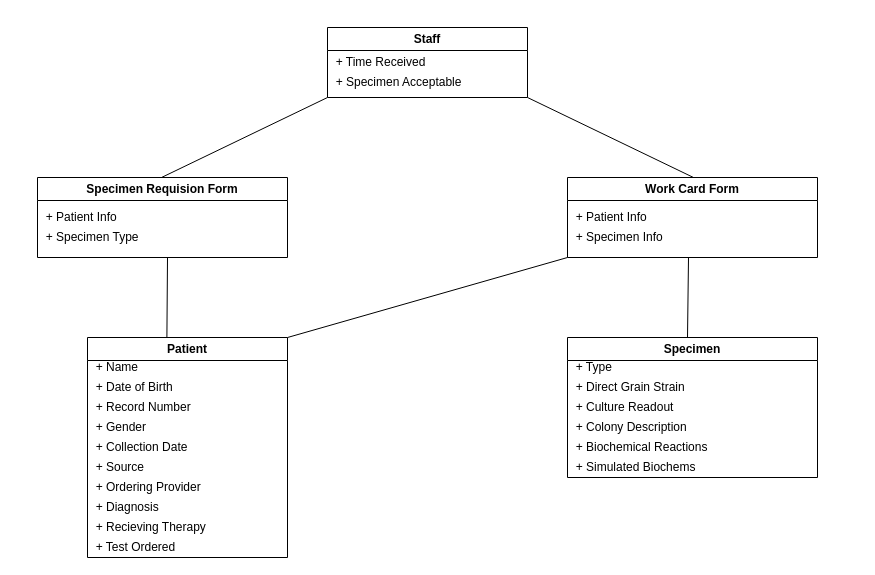
bregeabe/NMU-antibiotics-2024 keeps this draw.io diagram as assets/EntityRelations.drawio. Above is the earlier version. Source tidied: cells renumbered, new cells numbered last; positions are measured from the earlier drawing's top-left corner, leaving out a move shared by most shapes. Both pictures are drawn from the tidied source at 100%, with x=0, y=0 at pixel (37, 27).
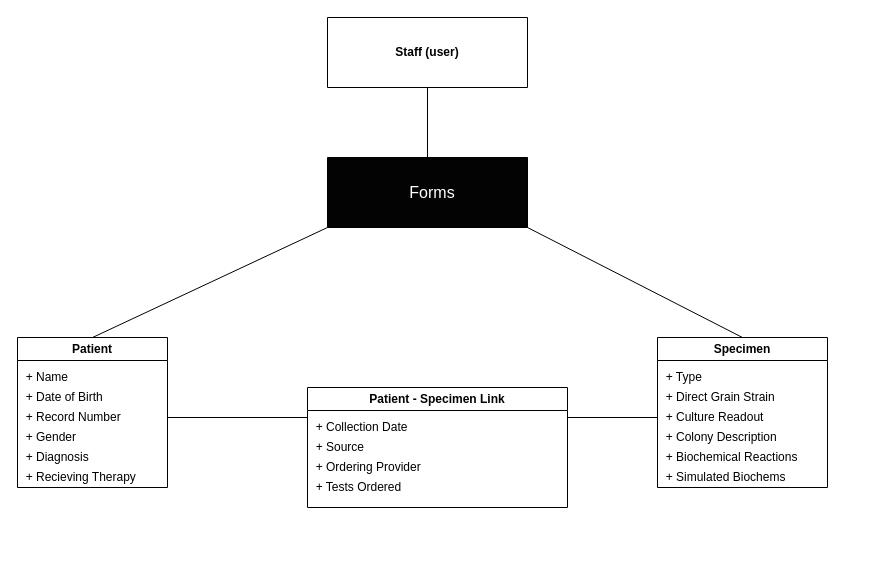
After the change.

Commit message (it also covers changes not shown here):
Changed the Entity Relations.

The edit, as a diff of the source:
```diff
@@
     <mxCell id="2" value="Patient" style="swimlane;whiteSpace=wrap;html=1;" parent="1" vertex="1">
-      <mxGeometry x="50" y="310" width="200" height="220" as="geometry" />
+      <mxGeometry x="-20" y="310" width="150" height="150" as="geometry" />
     </mxCell>
     <mxCell id="3" value="&amp;nbsp; + Name" style="text;html=1;align=left;verticalAlign=middle;whiteSpace=wrap;rounded=0;" parent="2" vertex="1">
-      <mxGeometry y="20" width="200" height="20" as="geometry" />
+      <mxGeometry y="30" width="200" height="20" as="geometry" />
     </mxCell>
     <mxCell id="4" value="&amp;nbsp; + Date of Birth" style="text;html=1;align=left;verticalAlign=middle;whiteSpace=wrap;rounded=0;" parent="2" vertex="1">
-      <mxGeometry y="40" width="200" height="20" as="geometry" />
+      <mxGeometry y="50" width="200" height="20" as="geometry" />
     </mxCell>
     <mxCell id="5" value="&amp;nbsp; + Record Number" style="text;html=1;align=left;verticalAlign=middle;whiteSpace=wrap;rounded=0;" parent="2" vertex="1">
-      <mxGeometry y="60" width="200" height="20" as="geometry" />
+      <mxGeometry y="70" width="200" height="20" as="geometry" />
     </mxCell>
     <mxCell id="6" value="&amp;nbsp; + Gender" style="text;html=1;align=left;verticalAlign=middle;whiteSpace=wrap;rounded=0;" parent="2" vertex="1">
-      <mxGeometry y="80" width="200" height="20" as="geometry" />
+      <mxGeometry y="90" width="200" height="20" as="geometry" />
     </mxCell>
-    <mxCell id="7" value="&amp;nbsp; + Collection Date" style="text;html=1;align=left;verticalAlign=middle;whiteSpace=wrap;rounded=0;" parent="2" vertex="1">
-      <mxGeometry y="100" width="200" height="20" as="geometry" />
-    </mxCell>
-    <mxCell id="8" value="&amp;nbsp; + Source" style="text;html=1;align=left;verticalAlign=middle;whiteSpace=wrap;rounded=0;" parent="2" vertex="1">
-      <mxGeometry y="120" width="200" height="20" as="geometry" />
-    </mxCell>
-    <mxCell id="9" value="&amp;nbsp; + Ordering Provider" style="text;html=1;align=left;verticalAlign=middle;whiteSpace=wrap;rounded=0;" parent="2" vertex="1">
-      <mxGeometry y="140" width="200" height="20" as="geometry" />
-    </mxCell>
     <mxCell id="10" value="&amp;nbsp; + Diagnosis" style="text;html=1;align=left;verticalAlign=middle;whiteSpace=wrap;rounded=0;" parent="2" vertex="1">
-      <mxGeometry y="160" width="200" height="20" as="geometry" />
+      <mxGeometry y="110" width="200" height="20" as="geometry" />
     </mxCell>
-    <mxCell id="11" value="&amp;nbsp; + Test Ordered" style="text;html=1;align=left;verticalAlign=middle;whiteSpace=wrap;rounded=0;" parent="2" vertex="1">
-      <mxGeometry y="200" width="200" height="20" as="geometry" />
-    </mxCell>
     <mxCell id="12" value="&amp;nbsp; + Recieving Therapy" style="text;html=1;align=left;verticalAlign=middle;whiteSpace=wrap;rounded=0;" parent="2" vertex="1">
-      <mxGeometry y="180" width="200" height="20" as="geometry" />
+      <mxGeometry y="130" width="200" height="20" as="geometry" />
     </mxCell>
-    <mxCell id="13" value="Staff" style="swimlane;whiteSpace=wrap;html=1;" parent="1" vertex="1">
-      <mxGeometry x="290" width="200" height="70" as="geometry" />
+    <mxCell id="13" value="Staff (user)" style="swimlane;whiteSpace=wrap;html=1;startSize=70;" parent="1" vertex="1">
+      <mxGeometry x="290" y="-10" width="200" height="70" as="geometry" />
     </mxCell>
-    <mxCell id="14" value="&amp;nbsp; + Time Received" style="text;html=1;align=left;verticalAlign=middle;whiteSpace=wrap;rounded=0;" parent="13" vertex="1">
-      <mxGeometry y="25" width="200" height="20" as="geometry" />
-    </mxCell>
-    <mxCell id="15" value="&amp;nbsp; + Specimen Acceptable" style="text;html=1;align=left;verticalAlign=middle;whiteSpace=wrap;rounded=0;" parent="13" vertex="1">
-      <mxGeometry y="45" width="200" height="20" as="geometry" />
-    </mxCell>
-    <mxCell id="16" value="Specimen Requision Form" style="swimlane;whiteSpace=wrap;html=1;" parent="1" vertex="1">
-      <mxGeometry y="150" width="250" height="80" as="geometry" />
-    </mxCell>
-    <mxCell id="17" value="&amp;nbsp; + Patient Info" style="text;html=1;align=left;verticalAlign=middle;whiteSpace=wrap;rounded=0;" parent="16" vertex="1">
-      <mxGeometry y="30" width="200" height="20" as="geometry" />
-    </mxCell>
-    <mxCell id="18" value="&amp;nbsp; + Specimen Type" style="text;html=1;align=left;verticalAlign=middle;whiteSpace=wrap;rounded=0;" parent="16" vertex="1">
-      <mxGeometry y="50" width="200" height="20" as="geometry" />
-    </mxCell>
     <mxCell id="19" value="Specimen" style="swimlane;whiteSpace=wrap;html=1;" parent="1" vertex="1">
-      <mxGeometry x="530" y="310" width="250" height="140" as="geometry" />
+      <mxGeometry x="620" y="310" width="170" height="150" as="geometry" />
     </mxCell>
     <mxCell id="20" value="&amp;nbsp; + Type" style="text;html=1;align=left;verticalAlign=middle;whiteSpace=wrap;rounded=0;" parent="19" vertex="1">
-      <mxGeometry y="20" width="200" height="20" as="geometry" />
+      <mxGeometry y="30" width="200" height="20" as="geometry" />
     </mxCell>
     <mxCell id="21" value="&amp;nbsp; + Direct Grain Strain" style="text;html=1;align=left;verticalAlign=middle;whiteSpace=wrap;rounded=0;" parent="19" vertex="1">
-      <mxGeometry y="40" width="200" height="20" as="geometry" />
+      <mxGeometry y="50" width="200" height="20" as="geometry" />
     </mxCell>
     <mxCell id="22" value="&amp;nbsp; + Culture Readout" style="text;html=1;align=left;verticalAlign=middle;whiteSpace=wrap;rounded=0;" parent="19" vertex="1">
-      <mxGeometry y="60" width="200" height="20" as="geometry" />
+      <mxGeometry y="70" width="200" height="20" as="geometry" />
     </mxCell>
     <mxCell id="23" value="&amp;nbsp; + Colony Description" style="text;html=1;align=left;verticalAlign=middle;whiteSpace=wrap;rounded=0;" parent="19" vertex="1">
-      <mxGeometry y="80" width="200" height="20" as="geometry" />
+      <mxGeometry y="90" width="200" height="20" as="geometry" />
     </mxCell>
     <mxCell id="24" value="&amp;nbsp; + Biochemical Reactions" style="text;html=1;align=left;verticalAlign=middle;whiteSpace=wrap;rounded=0;" parent="19" vertex="1">
-      <mxGeometry y="100" width="200" height="20" as="geometry" />
+      <mxGeometry y="110" width="200" height="20" as="geometry" />
     </mxCell>
     <mxCell id="25" value="&amp;nbsp; + Simulated Biochems" style="text;html=1;align=left;verticalAlign=middle;whiteSpace=wrap;rounded=0;" parent="19" vertex="1">
-      <mxGeometry y="120" width="200" height="20" as="geometry" />
+      <mxGeometry y="130" width="200" height="20" as="geometry" />
     </mxCell>
-    <mxCell id="26" value="Work Card Form" style="swimlane;whiteSpace=wrap;html=1;" parent="1" vertex="1">
-      <mxGeometry x="530" y="150" width="250" height="80" as="geometry" />
-    </mxCell>
-    <mxCell id="27" value="&amp;nbsp; + Patient Info" style="text;html=1;align=left;verticalAlign=middle;whiteSpace=wrap;rounded=0;" parent="26" vertex="1">
-      <mxGeometry y="30" width="200" height="20" as="geometry" />
-    </mxCell>
-    <mxCell id="28" value="&amp;nbsp; + Specimen Info" style="text;html=1;align=left;verticalAlign=middle;whiteSpace=wrap;rounded=0;" parent="26" vertex="1">
-      <mxGeometry y="50" width="200" height="20" as="geometry" />
-    </mxCell>
+    <mxCell id="34" style="endArrow=none;html=1;rounded=0;exitX=1;exitY=0;exitDx=0;exitDy=0;" parent="19" edge="1" source="7">
+      <mxGeometry relative="1" as="geometry">
+        <mxPoint y="80" as="targetPoint" />
+      </mxGeometry>
+    </mxCell>
-    <mxCell id="29" style="endArrow=none;html=1;rounded=0;exitX=0.496;exitY=0;exitDx=0;exitDy=0;exitPerimeter=0;" parent="1" edge="1" source="16">
-      <mxGeometry relative="1" as="geometry">
-        <mxPoint x="290" y="70" as="targetPoint" />
-      </mxGeometry>
+    <mxCell id="29" style="endArrow=none;html=1;rounded=0;exitX=0.5;exitY=0;exitDx=0;exitDy=0;entryX=0.5;entryY=1;entryDx=0;entryDy=0;" parent="1" edge="1" source="35" target="13">
+      <mxGeometry relative="1" as="geometry" />
     </mxCell>
-    <mxCell id="30" style="endArrow=none;html=1;rounded=0;exitX=0.496;exitY=0;exitDx=0;exitDy=0;exitPerimeter=0;" parent="1" edge="1">
-      <mxGeometry relative="1" as="geometry">
-        <mxPoint x="656" y="150" as="sourcePoint" />
-        <mxPoint x="490" y="70" as="targetPoint" />
-      </mxGeometry>
-    </mxCell>
-    <mxCell id="31" style="endArrow=none;html=1;rounded=0;exitX=0.397;exitY=-0.001;exitDx=0;exitDy=0;exitPerimeter=0;" parent="1" edge="1" source="2">
-      <mxGeometry relative="1" as="geometry">
-        <mxPoint x="130" y="230" as="targetPoint" />
-      </mxGeometry>
-    </mxCell>
-    <mxCell id="32" style="endArrow=none;html=1;rounded=0;exitX=0.397;exitY=-0.001;exitDx=0;exitDy=0;exitPerimeter=0;" parent="1" edge="1">
-      <mxGeometry relative="1" as="geometry">
-        <mxPoint x="650" y="310" as="sourcePoint" />
-        <mxPoint x="651" y="230" as="targetPoint" />
-      </mxGeometry>
-    </mxCell>
-    <mxCell id="33" style="endArrow=none;html=1;rounded=0;exitX=0.496;exitY=0;exitDx=0;exitDy=0;exitPerimeter=0;entryX=1;entryY=0;entryDx=0;entryDy=0;" parent="1" edge="1" target="2">
-      <mxGeometry relative="1" as="geometry">
-        <mxPoint x="530" y="230" as="sourcePoint" />
-      </mxGeometry>
-    </mxCell>
+    <mxCell id="35" style="swimlane;whiteSpace=wrap;html=1;startSize=70;color:black;fillColor=#030303;" parent="1" vertex="1">
+      <mxGeometry x="290" y="130" width="200" height="70" as="geometry" />
+    </mxCell>
+    <mxCell id="36" value="&lt;font style=&quot;font-size: 16px;&quot;&gt;Forms&lt;/font&gt;" style="text;html=1;align=center;verticalAlign=middle;whiteSpace=wrap;rounded=0;strokeColor=none;font-color:white;fontColor=#FFFFFF;" parent="35" vertex="1">
+      <mxGeometry x="75" y="20" width="60" height="30" as="geometry" />
+    </mxCell>
+    <mxCell id="37" style="endArrow=none;html=1;rounded=0;exitX=0.5;exitY=0;exitDx=0;exitDy=0;entryX=0.5;entryY=1;entryDx=0;entryDy=0;" parent="1" edge="1" source="2">
+      <mxGeometry relative="1" as="geometry">
+        <mxPoint x="290" y="200" as="targetPoint" />
+      </mxGeometry>
+    </mxCell>
+    <mxCell id="38" style="endArrow=none;html=1;rounded=0;exitX=0.5;exitY=0;exitDx=0;exitDy=0;entryX=0.5;entryY=1;entryDx=0;entryDy=0;" parent="1" edge="1" source="19">
+      <mxGeometry relative="1" as="geometry">
+        <mxPoint x="490" y="200" as="targetPoint" />
+      </mxGeometry>
+    </mxCell>
+    <mxCell id="39" value="Patient - Specimen Link" style="swimlane;whiteSpace=wrap;html=1;" parent="1" vertex="1">
+      <mxGeometry x="270" y="360" width="260" height="120" as="geometry" />
+    </mxCell>
+    <mxCell id="7" value="&amp;nbsp; + Collection Date" style="text;html=1;align=left;verticalAlign=middle;whiteSpace=wrap;rounded=0;" parent="39" vertex="1">
+      <mxGeometry y="30" width="260" height="20" as="geometry" />
+    </mxCell>
+    <mxCell id="8" value="&amp;nbsp; + Source" style="text;html=1;align=left;verticalAlign=middle;whiteSpace=wrap;rounded=0;" parent="39" vertex="1">
+      <mxGeometry y="50" width="250" height="20" as="geometry" />
+    </mxCell>
+    <mxCell id="9" value="&amp;nbsp; + Ordering Provider" style="text;html=1;align=left;verticalAlign=middle;whiteSpace=wrap;rounded=0;" parent="39" vertex="1">
+      <mxGeometry y="70" width="250" height="20" as="geometry" />
+    </mxCell>
+    <mxCell id="40" value="&amp;nbsp; + Tests Ordered" style="text;html=1;align=left;verticalAlign=middle;whiteSpace=wrap;rounded=0;" parent="39" vertex="1">
+      <mxGeometry y="90" width="250" height="20" as="geometry" />
+    </mxCell>
+    <mxCell id="41" style="endArrow=none;html=1;rounded=0;exitX=0.5;exitY=0;exitDx=0;exitDy=0;entryX=0;entryY=0;entryDx=0;entryDy=0;" parent="1" edge="1" target="7">
+      <mxGeometry relative="1" as="geometry">
+        <mxPoint x="130" y="390" as="sourcePoint" />
+      </mxGeometry>
+    </mxCell>
```
